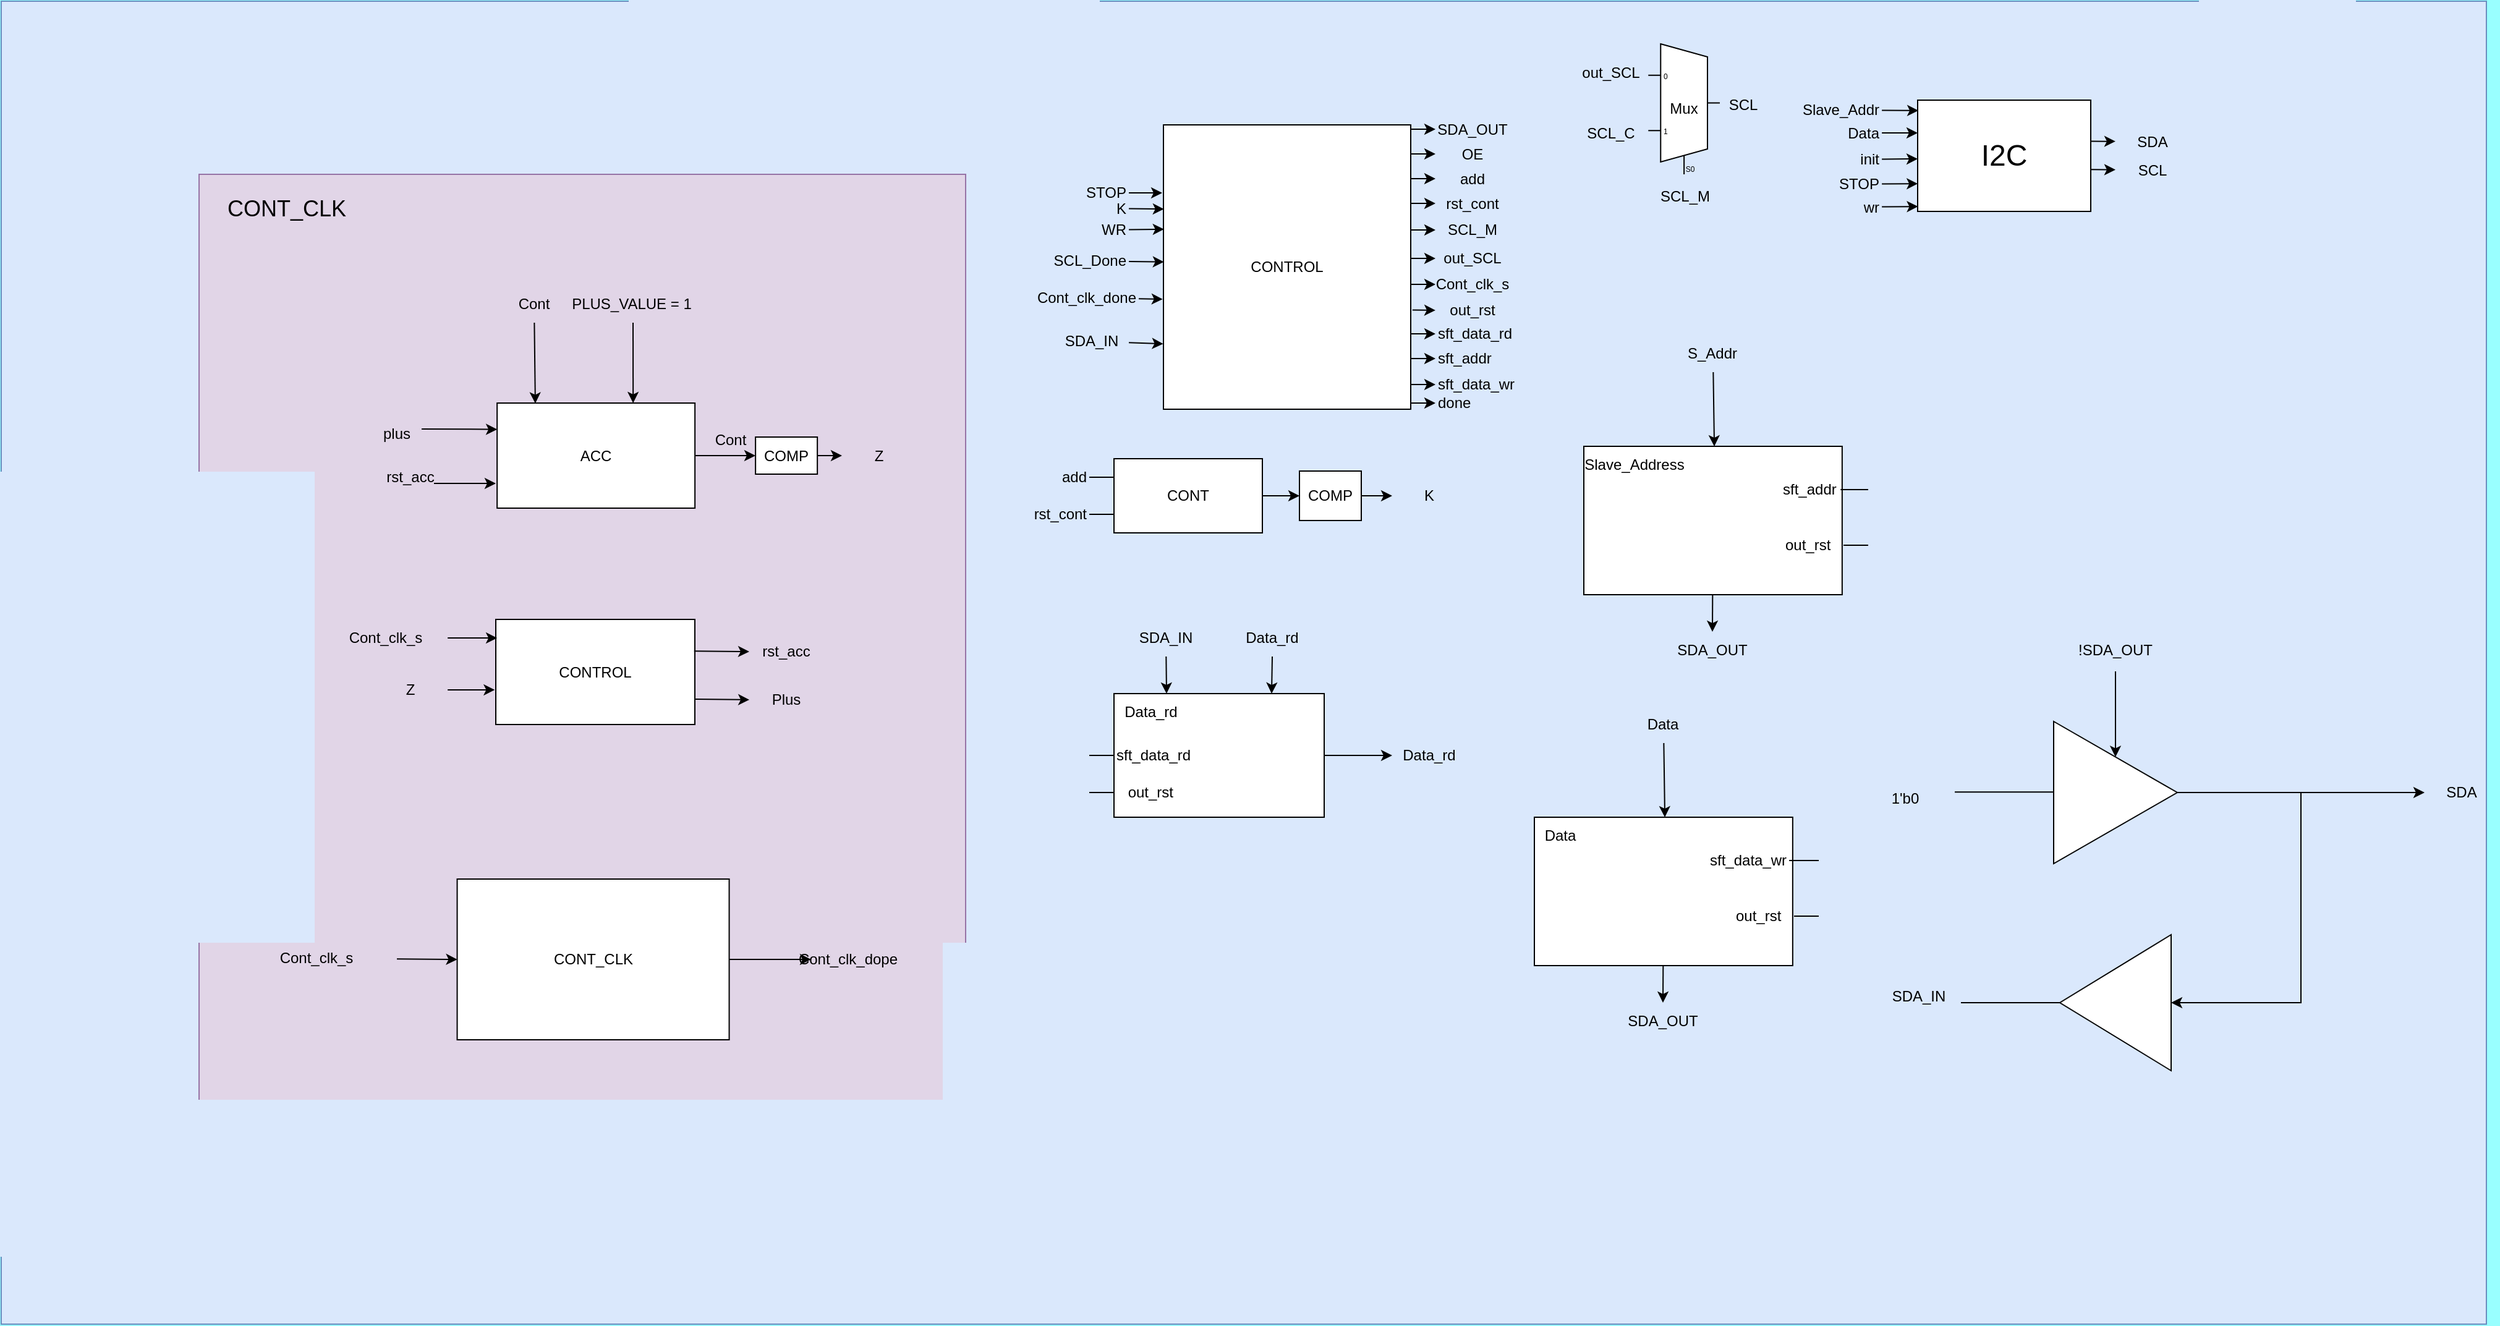
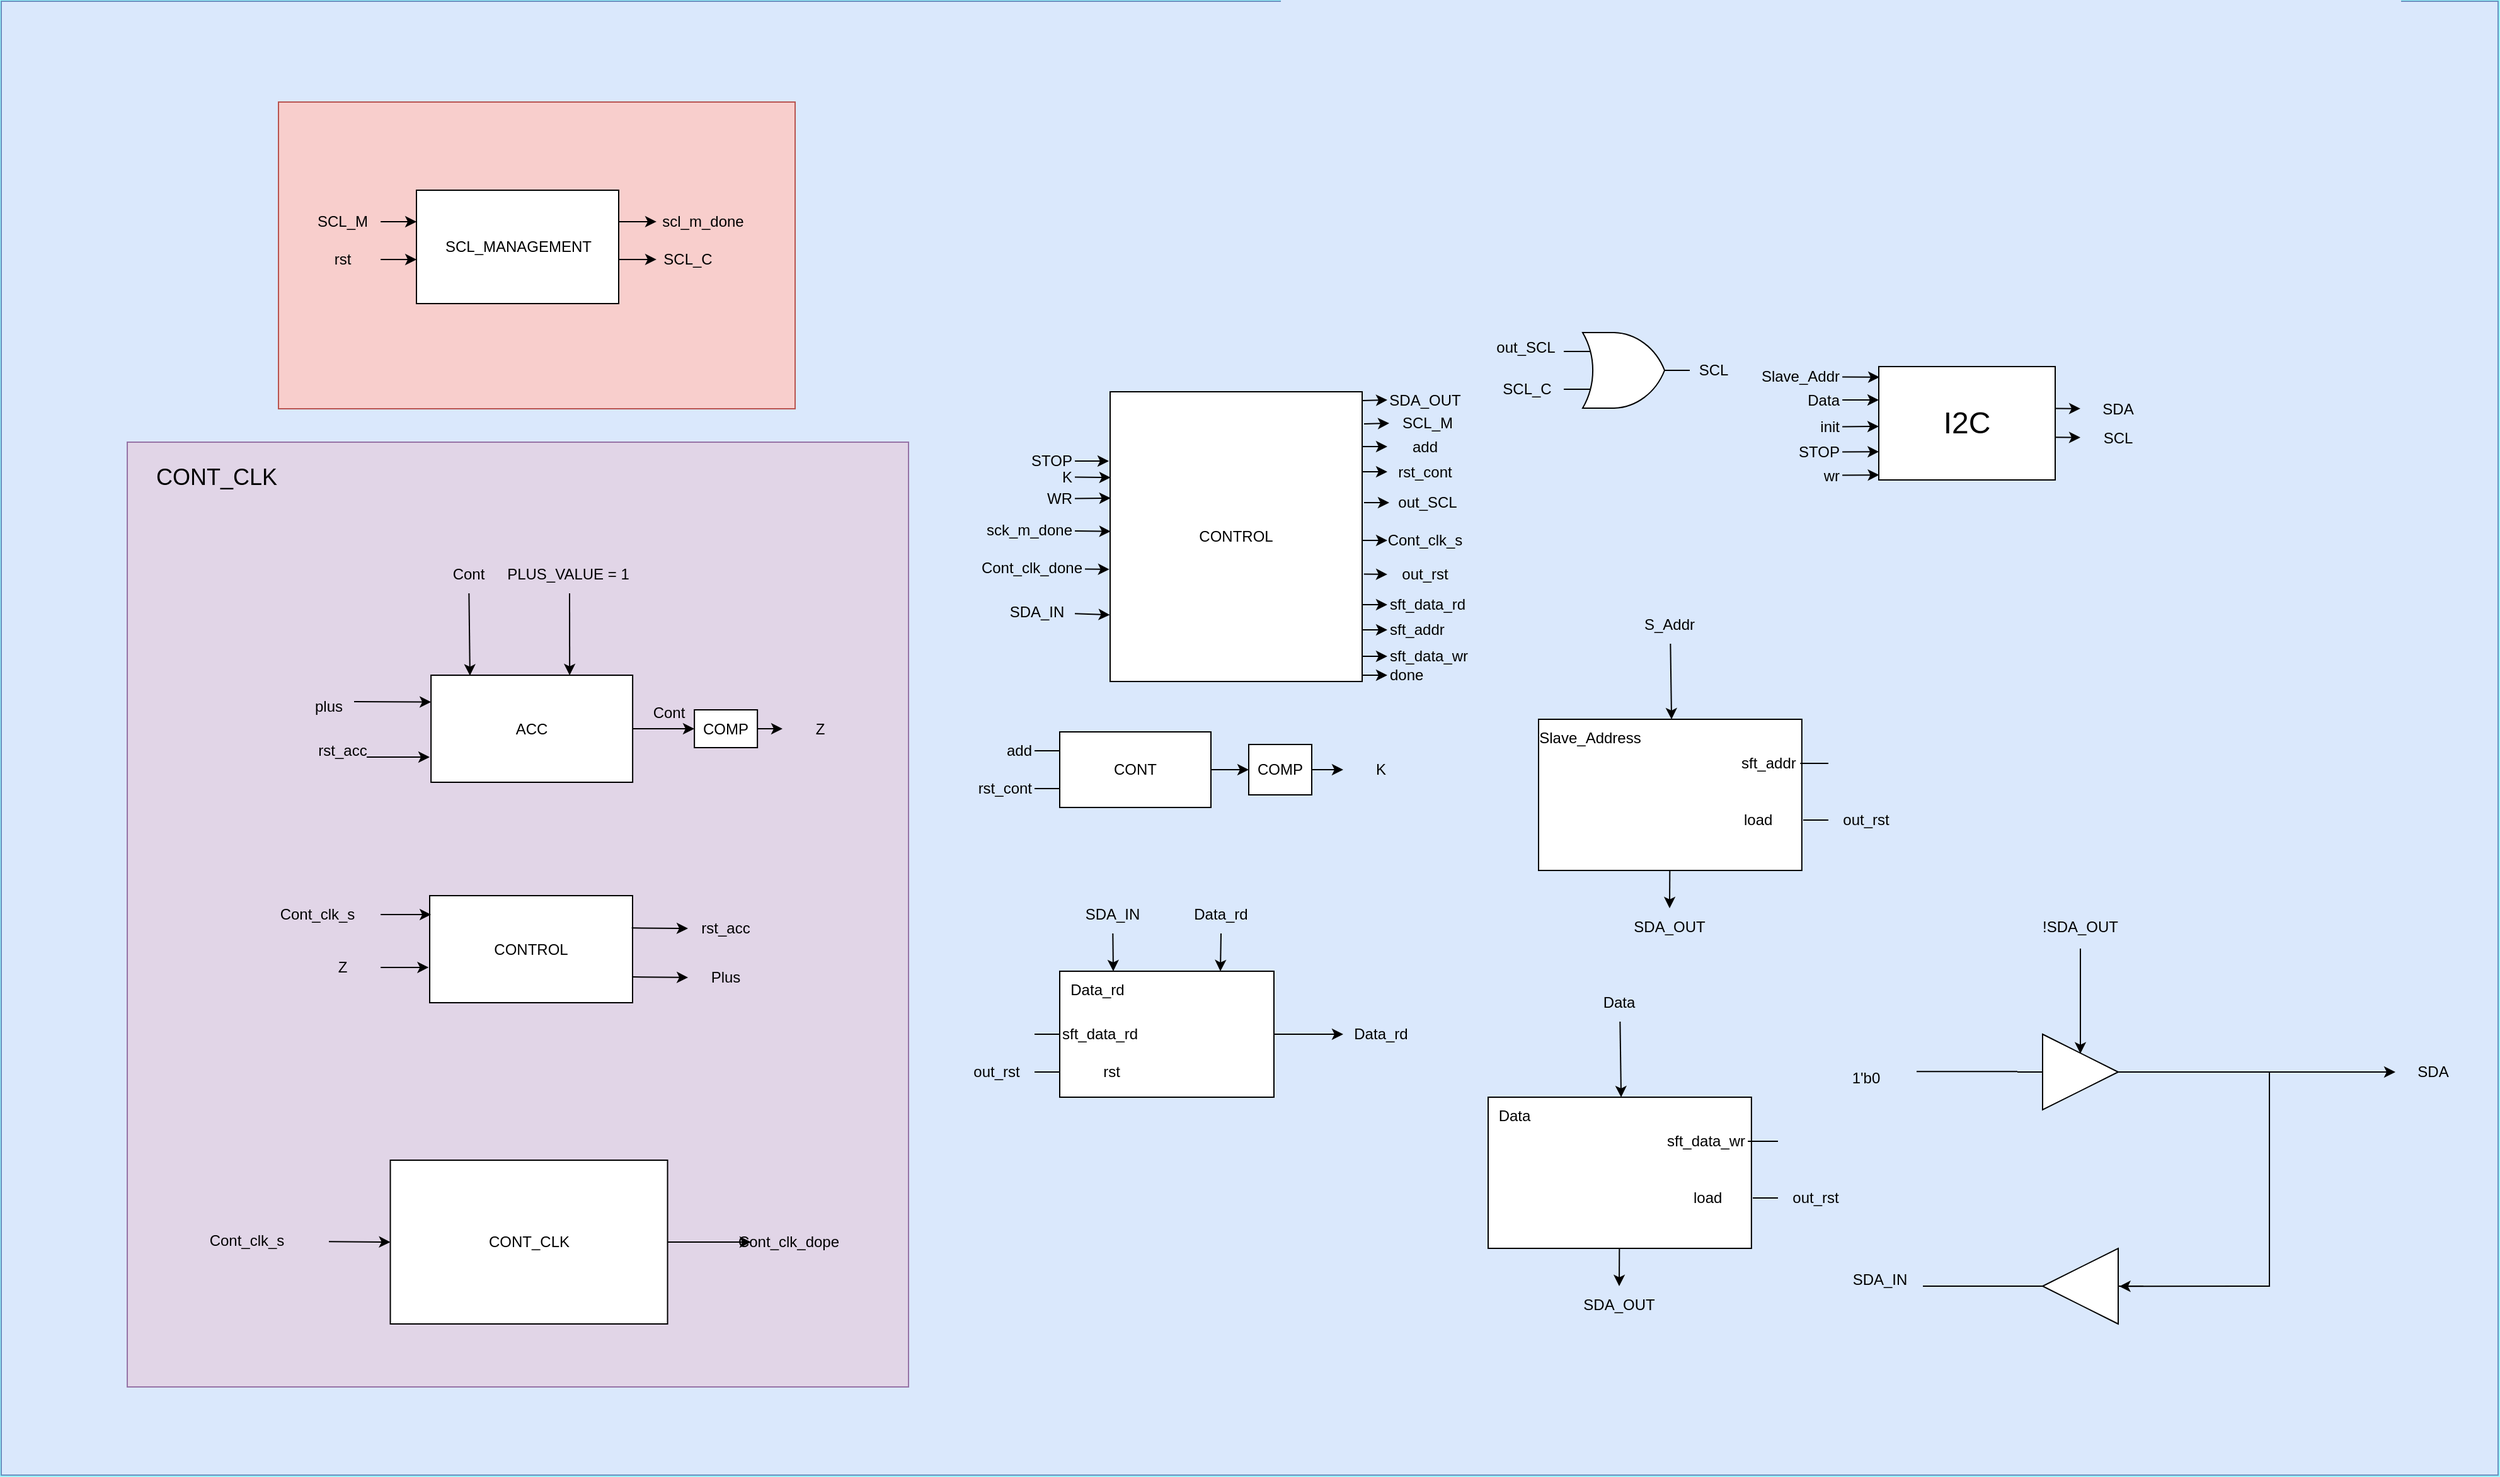
<mxfile host="65bd71144e">
    <diagram id="IekV_G0lH074Jqk0a01l" name="Page-1">
-         <mxGraphModel dx="1072" dy="1659" grid="1" gridSize="10" guides="1" tooltips="1" connect="1" arrows="1" fold="1" page="1" pageScale="1" pageWidth="850" pageHeight="1100" background="#99FFFF" math="0" shadow="0">
+         <mxGraphModel dx="368" dy="1366" grid="1" gridSize="10" guides="1" tooltips="1" connect="1" arrows="1" fold="1" page="1" pageScale="1" pageWidth="850" pageHeight="1100" background="#99FFFF" math="0" shadow="0">
            <root>
                <mxCell id="0"/>
                <mxCell id="1" parent="0"/>
                <mxCell id="121" value="" style="rounded=0;whiteSpace=wrap;html=1;fillColor=#dae8fc;strokeColor=#6c8ebf;" parent="1" vertex="1">
-                     <mxGeometry x="230" y="-850" width="2010" height="1070" as="geometry"/>
+                     <mxGeometry x="290" y="-1060" width="1981.5" height="1170" as="geometry"/>
                </mxCell>
                <mxCell id="58" value="" style="rounded=0;whiteSpace=wrap;html=1;fillColor=#e1d5e7;strokeColor=#9673a6;" parent="1" vertex="1">
                    <mxGeometry x="390" y="-710" width="620" height="750" as="geometry"/>
                </mxCell>
                <mxCell id="2" value="CONTROL" style="rounded=0;whiteSpace=wrap;html=1;" parent="1" vertex="1">
                    <mxGeometry x="1170" y="-750" width="200" height="230" as="geometry"/>
                </mxCell>
                <mxCell id="3" value="out_SCL" style="text;html=1;align=center;verticalAlign=middle;whiteSpace=wrap;rounded=0;" parent="1" vertex="1">
-                     <mxGeometry x="1390" y="-657" width="60" height="30" as="geometry"/>
+                     <mxGeometry x="1391.5" y="-677" width="60" height="30" as="geometry"/>
                </mxCell>
                <mxCell id="4" value="rst_cont" style="text;html=1;align=center;verticalAlign=middle;whiteSpace=wrap;rounded=0;" parent="1" vertex="1">
                    <mxGeometry x="1390" y="-701.5" width="60" height="30" as="geometry"/>
                </mxCell>
                <mxCell id="10" value="" style="edgeStyle=none;html=1;" parent="1" source="8" target="9" edge="1">
                    <mxGeometry relative="1" as="geometry"/>
                </mxCell>
                <mxCell id="8" value="CONT" style="rounded=0;whiteSpace=wrap;html=1;" parent="1" vertex="1">
                    <mxGeometry x="1130" y="-480" width="120" height="60" as="geometry"/>
                </mxCell>
                <mxCell id="12" style="edgeStyle=none;html=1;entryX=0;entryY=0.5;entryDx=0;entryDy=0;" parent="1" source="9" target="11" edge="1">
                    <mxGeometry relative="1" as="geometry"/>
                </mxCell>
                <mxCell id="9" value="COMP" style="whiteSpace=wrap;html=1;rounded=0;" parent="1" vertex="1">
                    <mxGeometry x="1280" y="-470" width="50" height="40" as="geometry"/>
                </mxCell>
                <mxCell id="11" value="K" style="text;html=1;align=center;verticalAlign=middle;whiteSpace=wrap;rounded=0;" parent="1" vertex="1">
                    <mxGeometry x="1355" y="-465" width="60" height="30" as="geometry"/>
                </mxCell>
                <mxCell id="14" style="edgeStyle=none;html=1;entryX=0.002;entryY=0.296;entryDx=0;entryDy=0;entryPerimeter=0;" parent="1" source="13" target="2" edge="1">
                    <mxGeometry relative="1" as="geometry"/>
                </mxCell>
                <mxCell id="13" value="K" style="text;html=1;align=right;verticalAlign=middle;whiteSpace=wrap;rounded=0;" parent="1" vertex="1">
                    <mxGeometry x="1082" y="-697.5" width="60" height="30" as="geometry"/>
                </mxCell>
                <mxCell id="15" value="WR" style="text;html=1;align=right;verticalAlign=middle;whiteSpace=wrap;rounded=0;" parent="1" vertex="1">
                    <mxGeometry x="1082" y="-680" width="60" height="30" as="geometry"/>
                </mxCell>
                <mxCell id="23" style="edgeStyle=none;html=1;entryX=0;entryY=0.5;entryDx=0;entryDy=0;" parent="1" source="16" target="22" edge="1">
                    <mxGeometry relative="1" as="geometry"/>
                </mxCell>
                <mxCell id="16" value="" style="rounded=0;whiteSpace=wrap;html=1;" parent="1" vertex="1">
                    <mxGeometry x="1130" y="-290" width="170" height="100" as="geometry"/>
                </mxCell>
                <mxCell id="17" value="Data_rd" style="text;html=1;align=center;verticalAlign=middle;whiteSpace=wrap;rounded=0;" parent="1" vertex="1">
                    <mxGeometry x="1130" y="-290" width="60" height="30" as="geometry"/>
                </mxCell>
                <mxCell id="20" style="edgeStyle=none;html=1;entryX=0.25;entryY=0;entryDx=0;entryDy=0;" parent="1" source="18" target="16" edge="1">
                    <mxGeometry relative="1" as="geometry"/>
                </mxCell>
                <mxCell id="18" value="SDA_IN" style="text;html=1;align=center;verticalAlign=middle;whiteSpace=wrap;rounded=0;" parent="1" vertex="1">
                    <mxGeometry x="1142" y="-350" width="60" height="30" as="geometry"/>
                </mxCell>
                <mxCell id="22" value="Data_rd" style="text;html=1;align=center;verticalAlign=middle;whiteSpace=wrap;rounded=0;" parent="1" vertex="1">
                    <mxGeometry x="1355" y="-255" width="60" height="30" as="geometry"/>
                </mxCell>
                <mxCell id="25" value="sft_data_rd" style="text;html=1;align=left;verticalAlign=middle;whiteSpace=wrap;rounded=0;" parent="1" vertex="1">
                    <mxGeometry x="1130" y="-255" width="60" height="30" as="geometry"/>
                </mxCell>
-                 <mxCell id="26" value="out_rst" style="text;html=1;align=right;verticalAlign=middle;whiteSpace=wrap;rounded=0;" parent="1" vertex="1">
+                 <mxCell id="26" value="rst" style="text;html=1;align=right;verticalAlign=middle;whiteSpace=wrap;rounded=0;" parent="1" vertex="1">
                    <mxGeometry x="1120" y="-225" width="60" height="30" as="geometry"/>
                </mxCell>
                <mxCell id="27" value="" style="endArrow=none;html=1;" parent="1" edge="1">
                    <mxGeometry width="50" height="50" relative="1" as="geometry">
                        <mxPoint x="1110" y="-240" as="sourcePoint"/>
                        <mxPoint x="1130" y="-240" as="targetPoint"/>
                    </mxGeometry>
                </mxCell>
                <mxCell id="28" value="" style="endArrow=none;html=1;" parent="1" edge="1">
                    <mxGeometry width="50" height="50" relative="1" as="geometry">
                        <mxPoint x="1110" y="-210" as="sourcePoint"/>
                        <mxPoint x="1130" y="-210" as="targetPoint"/>
                    </mxGeometry>
                </mxCell>
                <mxCell id="31" value="" style="endArrow=classic;html=1;entryX=0;entryY=0.5;entryDx=0;entryDy=0;" parent="1" target="4" edge="1">
                    <mxGeometry width="50" height="50" relative="1" as="geometry">
                        <mxPoint x="1370" y="-686.5" as="sourcePoint"/>
                        <mxPoint x="1420" y="-736.5" as="targetPoint"/>
                    </mxGeometry>
                </mxCell>
                <mxCell id="32" value="" style="endArrow=classic;html=1;entryX=0;entryY=0.5;entryDx=0;entryDy=0;" parent="1" target="3" edge="1">
                    <mxGeometry width="50" height="50" relative="1" as="geometry">
-                         <mxPoint x="1370" y="-642" as="sourcePoint"/>
-                         <mxPoint x="1420" y="-692" as="targetPoint"/>
+                         <mxPoint x="1371.5" y="-662" as="sourcePoint"/>
+                         <mxPoint x="1421.5" y="-712" as="targetPoint"/>
                    </mxGeometry>
                </mxCell>
                <mxCell id="33" style="edgeStyle=none;html=1;" parent="1" source="34" edge="1">
                    <mxGeometry relative="1" as="geometry">
                        <mxPoint x="840" y="-482.5" as="targetPoint"/>
                    </mxGeometry>
                </mxCell>
                <mxCell id="34" value="ACC" style="rounded=0;whiteSpace=wrap;html=1;" parent="1" vertex="1">
                    <mxGeometry x="631.0700000000002" y="-525" width="160" height="85" as="geometry"/>
                </mxCell>
                <mxCell id="35" value="" style="endArrow=classic;html=1;entryX=0;entryY=0.25;entryDx=0;entryDy=0;" parent="1" target="34" edge="1">
                    <mxGeometry width="50" height="50" relative="1" as="geometry">
                        <mxPoint x="570" y="-504" as="sourcePoint"/>
                        <mxPoint x="600" y="-520" as="targetPoint"/>
                    </mxGeometry>
                </mxCell>
                <mxCell id="36" value="plus" style="text;html=1;align=center;verticalAlign=middle;whiteSpace=wrap;rounded=0;" parent="1" vertex="1">
                    <mxGeometry x="520" y="-515" width="60" height="30" as="geometry"/>
                </mxCell>
                <mxCell id="37" value="" style="endArrow=classic;html=1;" parent="1" edge="1">
                    <mxGeometry width="50" height="50" relative="1" as="geometry">
                        <mxPoint x="580" y="-460" as="sourcePoint"/>
                        <mxPoint x="630" y="-460" as="targetPoint"/>
                    </mxGeometry>
                </mxCell>
                <mxCell id="38" value="rst_acc" style="text;html=1;align=center;verticalAlign=middle;whiteSpace=wrap;rounded=0;" parent="1" vertex="1">
                    <mxGeometry x="531.0699999999997" y="-480" width="60" height="30" as="geometry"/>
                </mxCell>
                <mxCell id="41" value="" style="endArrow=classic;html=1;entryX=0.75;entryY=0;entryDx=0;entryDy=0;" parent="1" edge="1">
                    <mxGeometry width="50" height="50" relative="1" as="geometry">
                        <mxPoint x="741" y="-590" as="sourcePoint"/>
                        <mxPoint x="741.0700000000002" y="-525" as="targetPoint"/>
                    </mxGeometry>
                </mxCell>
                <mxCell id="43" value="CONTROL" style="rounded=0;whiteSpace=wrap;html=1;" parent="1" vertex="1">
                    <mxGeometry x="630" y="-350" width="161" height="85" as="geometry"/>
                </mxCell>
                <mxCell id="44" style="edgeStyle=none;html=1;entryX=0;entryY=0.5;entryDx=0;entryDy=0;" parent="1" source="45" edge="1">
                    <mxGeometry relative="1" as="geometry">
                        <mxPoint x="631.0700000000002" y="-335" as="targetPoint"/>
                    </mxGeometry>
                </mxCell>
                <mxCell id="45" value="Cont_clk_s" style="text;html=1;align=center;verticalAlign=middle;whiteSpace=wrap;rounded=0;" parent="1" vertex="1">
                    <mxGeometry x="491.0699999999997" y="-350" width="100" height="30" as="geometry"/>
                </mxCell>
                <mxCell id="46" value="Plus" style="text;html=1;align=center;verticalAlign=middle;whiteSpace=wrap;rounded=0;" parent="1" vertex="1">
                    <mxGeometry x="835.0700000000002" y="-300" width="60" height="30" as="geometry"/>
                </mxCell>
                <mxCell id="47" value="" style="endArrow=classic;html=1;exitX=1;exitY=0.5;exitDx=0;exitDy=0;entryX=0;entryY=0.5;entryDx=0;entryDy=0;" parent="1" target="46" edge="1">
                    <mxGeometry width="50" height="50" relative="1" as="geometry">
                        <mxPoint x="791.0700000000002" y="-285.5" as="sourcePoint"/>
                        <mxPoint x="850.0700000000002" y="-338" as="targetPoint"/>
                    </mxGeometry>
                </mxCell>
                <mxCell id="50" value="PLUS_VALUE = 1" style="text;html=1;align=center;verticalAlign=middle;whiteSpace=wrap;rounded=0;" parent="1" vertex="1">
                    <mxGeometry x="680" y="-620" width="120" height="30" as="geometry"/>
                </mxCell>
                <mxCell id="51" style="edgeStyle=none;html=1;" parent="1" source="52" target="55" edge="1">
                    <mxGeometry relative="1" as="geometry"/>
                </mxCell>
                <mxCell id="52" value="CONT_CLK" style="rounded=0;whiteSpace=wrap;html=1;" parent="1" vertex="1">
                    <mxGeometry x="598.77" y="-140" width="220" height="130" as="geometry"/>
                </mxCell>
                <mxCell id="53" style="edgeStyle=none;html=1;entryX=0;entryY=0.5;entryDx=0;entryDy=0;" parent="1" source="54" target="52" edge="1">
                    <mxGeometry relative="1" as="geometry"/>
                </mxCell>
                <mxCell id="54" value="Cont_clk_s" style="text;html=1;align=center;verticalAlign=middle;whiteSpace=wrap;rounded=0;" parent="1" vertex="1">
                    <mxGeometry x="420" y="-90.97000000000003" width="130" height="30" as="geometry"/>
                </mxCell>
                <mxCell id="55" value="Cont_clk_dope" style="text;html=1;align=center;verticalAlign=middle;whiteSpace=wrap;rounded=0;" parent="1" vertex="1">
                    <mxGeometry x="885" y="-90" width="60" height="30" as="geometry"/>
                </mxCell>
                <mxCell id="56" value="rst_acc" style="text;html=1;align=center;verticalAlign=middle;whiteSpace=wrap;rounded=0;" parent="1" vertex="1">
                    <mxGeometry x="835" y="-339" width="60" height="30" as="geometry"/>
                </mxCell>
                <mxCell id="57" value="" style="endArrow=classic;html=1;entryX=0;entryY=0.5;entryDx=0;entryDy=0;exitX=0.996;exitY=0.302;exitDx=0;exitDy=0;exitPerimeter=0;" parent="1" source="43" target="56" edge="1">
                    <mxGeometry width="50" height="50" relative="1" as="geometry">
                        <mxPoint x="790" y="-320" as="sourcePoint"/>
                        <mxPoint x="840" y="-370" as="targetPoint"/>
                    </mxGeometry>
                </mxCell>
                <mxCell id="62" style="edgeStyle=none;html=1;entryX=0;entryY=0.5;entryDx=0;entryDy=0;" parent="1" source="59" target="60" edge="1">
                    <mxGeometry relative="1" as="geometry"/>
                </mxCell>
                <mxCell id="59" value="COMP" style="rounded=0;whiteSpace=wrap;html=1;" parent="1" vertex="1">
                    <mxGeometry x="840.07" y="-497.5" width="50" height="30" as="geometry"/>
                </mxCell>
                <mxCell id="60" value="Z" style="text;html=1;align=center;verticalAlign=middle;whiteSpace=wrap;rounded=0;" parent="1" vertex="1">
                    <mxGeometry x="910" y="-497.5" width="60" height="30" as="geometry"/>
                </mxCell>
                <mxCell id="63" value="Z" style="text;html=1;align=center;verticalAlign=middle;whiteSpace=wrap;rounded=0;" parent="1" vertex="1">
                    <mxGeometry x="531.07" y="-308" width="60" height="30" as="geometry"/>
                </mxCell>
                <mxCell id="64" style="edgeStyle=none;html=1;entryX=-0.005;entryY=0.67;entryDx=0;entryDy=0;exitX=1;exitY=0.5;exitDx=0;exitDy=0;entryPerimeter=0;" parent="1" source="63" target="43" edge="1">
                    <mxGeometry relative="1" as="geometry">
                        <mxPoint x="641.0700000000002" y="-325" as="targetPoint"/>
                        <mxPoint x="601" y="-325" as="sourcePoint"/>
                    </mxGeometry>
                </mxCell>
                <mxCell id="65" style="edgeStyle=none;html=1;entryX=0.002;entryY=0.367;entryDx=0;entryDy=0;entryPerimeter=0;" parent="1" source="15" target="2" edge="1">
                    <mxGeometry relative="1" as="geometry"/>
                </mxCell>
                <mxCell id="66" value="Cont_clk_done" style="text;html=1;align=right;verticalAlign=middle;whiteSpace=wrap;rounded=0;" parent="1" vertex="1">
-                     <mxGeometry x="1090" y="-625" width="60" height="30" as="geometry"/>
+                     <mxGeometry x="1060" y="-625" width="90" height="30" as="geometry"/>
                </mxCell>
                <mxCell id="67" style="edgeStyle=none;html=1;entryX=-0.003;entryY=0.613;entryDx=0;entryDy=0;entryPerimeter=0;" parent="1" source="66" target="2" edge="1">
                    <mxGeometry relative="1" as="geometry">
                        <mxPoint x="1170.4" y="-568.72" as="targetPoint"/>
                    </mxGeometry>
                </mxCell>
                <mxCell id="79" style="edgeStyle=none;html=1;entryX=0.5;entryY=0;entryDx=0;entryDy=0;" parent="1" source="68" target="74" edge="1">
                    <mxGeometry relative="1" as="geometry"/>
                </mxCell>
                <mxCell id="68" value="" style="rounded=0;whiteSpace=wrap;html=1;" parent="1" vertex="1">
                    <mxGeometry x="1510" y="-490" width="208.93" height="120" as="geometry"/>
                </mxCell>
                <mxCell id="69" value="Slave_Address" style="text;html=1;align=center;verticalAlign=middle;whiteSpace=wrap;rounded=0;" parent="1" vertex="1">
                    <mxGeometry x="1521.07" y="-490" width="60" height="30" as="geometry"/>
                </mxCell>
                <mxCell id="71" style="edgeStyle=none;html=1;entryX=1;entryY=0;entryDx=0;entryDy=0;" parent="1" source="70" edge="1">
                    <mxGeometry relative="1" as="geometry">
                        <mxPoint x="1615.53" y="-490" as="targetPoint"/>
                    </mxGeometry>
                </mxCell>
                <mxCell id="70" value="S_Addr" style="text;html=1;align=center;verticalAlign=middle;whiteSpace=wrap;rounded=0;" parent="1" vertex="1">
                    <mxGeometry x="1584.46" y="-580" width="60" height="30" as="geometry"/>
                </mxCell>
                <mxCell id="74" value="SDA_OUT" style="text;html=1;align=center;verticalAlign=middle;whiteSpace=wrap;rounded=0;" parent="1" vertex="1">
                    <mxGeometry x="1584" y="-340" width="60" height="30" as="geometry"/>
                </mxCell>
                <mxCell id="75" value="sft_addr" style="text;html=1;align=left;verticalAlign=middle;whiteSpace=wrap;rounded=0;" parent="1" vertex="1">
                    <mxGeometry x="1668.77" y="-470" width="60" height="30" as="geometry"/>
                </mxCell>
-                 <mxCell id="76" value="out_rst" style="text;html=1;align=left;verticalAlign=middle;whiteSpace=wrap;rounded=0;" parent="1" vertex="1">
+                 <mxCell id="76" value="load" style="text;html=1;align=left;verticalAlign=middle;whiteSpace=wrap;rounded=0;" parent="1" vertex="1">
                    <mxGeometry x="1671.0700000000002" y="-425" width="60" height="30" as="geometry"/>
                </mxCell>
                <mxCell id="77" value="" style="endArrow=none;html=1;exitX=0.815;exitY=0.5;exitDx=0;exitDy=0;exitPerimeter=0;" parent="1" source="75" edge="1">
                    <mxGeometry width="50" height="50" relative="1" as="geometry">
                        <mxPoint x="1720" y="-450" as="sourcePoint"/>
                        <mxPoint x="1740" y="-455" as="targetPoint"/>
                    </mxGeometry>
                </mxCell>
                <mxCell id="78" value="" style="endArrow=none;html=1;" parent="1" edge="1">
                    <mxGeometry width="50" height="50" relative="1" as="geometry">
                        <mxPoint x="1720" y="-410" as="sourcePoint"/>
                        <mxPoint x="1740" y="-410" as="targetPoint"/>
                    </mxGeometry>
                </mxCell>
-                 <mxCell id="80" value="SCL_Done" style="text;html=1;align=right;verticalAlign=middle;whiteSpace=wrap;rounded=0;" parent="1" vertex="1">
-                     <mxGeometry x="1082" y="-655" width="60" height="30" as="geometry"/>
+                 <mxCell id="80" value="sck_m_done" style="text;html=1;align=right;verticalAlign=middle;whiteSpace=wrap;rounded=0;" parent="1" vertex="1">
+                     <mxGeometry x="1060" y="-655" width="82" height="30" as="geometry"/>
                </mxCell>
                <mxCell id="81" style="edgeStyle=none;html=1;entryX=0.002;entryY=0.482;entryDx=0;entryDy=0;align=right;entryPerimeter=0;" parent="1" source="80" target="2" edge="1">
                    <mxGeometry relative="1" as="geometry"/>
                </mxCell>
                <mxCell id="82" value="out_rst" style="text;html=1;align=center;verticalAlign=middle;whiteSpace=wrap;rounded=0;" parent="1" vertex="1">
-                     <mxGeometry x="1390" y="-615" width="60" height="30" as="geometry"/>
+                     <mxGeometry x="1390" y="-620" width="60" height="30" as="geometry"/>
                </mxCell>
                <mxCell id="83" value="" style="endArrow=classic;html=1;entryX=0;entryY=0.5;entryDx=0;entryDy=0;exitX=1.007;exitY=0.579;exitDx=0;exitDy=0;exitPerimeter=0;" parent="1" target="82" edge="1">
                    <mxGeometry width="50" height="50" relative="1" as="geometry">
-                         <mxPoint x="1371.4" y="-600.3100000000002" as="sourcePoint"/>
-                         <mxPoint x="1420" y="-624" as="targetPoint"/>
+                         <mxPoint x="1371.4" y="-605.3100000000002" as="sourcePoint"/>
+                         <mxPoint x="1420" y="-629" as="targetPoint"/>
                    </mxGeometry>
                </mxCell>
                <mxCell id="84" value="sft_data_rd" style="text;html=1;align=left;verticalAlign=middle;whiteSpace=wrap;rounded=0;" parent="1" vertex="1">
                    <mxGeometry x="1390" y="-596" width="60" height="30" as="geometry"/>
                </mxCell>
                <mxCell id="85" value="" style="endArrow=classic;html=1;entryX=0;entryY=0.5;entryDx=0;entryDy=0;" parent="1" target="84" edge="1">
                    <mxGeometry width="50" height="50" relative="1" as="geometry">
                        <mxPoint x="1370" y="-581" as="sourcePoint"/>
                        <mxPoint x="1420" y="-631" as="targetPoint"/>
                    </mxGeometry>
                </mxCell>
                <mxCell id="87" value="sft_addr" style="text;html=1;align=left;verticalAlign=middle;whiteSpace=wrap;rounded=0;" parent="1" vertex="1">
                    <mxGeometry x="1390" y="-576" width="60" height="30" as="geometry"/>
                </mxCell>
                <mxCell id="88" value="" style="endArrow=classic;html=1;entryX=0;entryY=0.5;entryDx=0;entryDy=0;" parent="1" target="87" edge="1">
                    <mxGeometry width="50" height="50" relative="1" as="geometry">
                        <mxPoint x="1370" y="-561" as="sourcePoint"/>
                        <mxPoint x="1420" y="-611" as="targetPoint"/>
                    </mxGeometry>
                </mxCell>
                <mxCell id="89" value="" style="endArrow=classic;html=1;entryX=0;entryY=0.5;entryDx=0;entryDy=0;exitX=1.002;exitY=0.095;exitDx=0;exitDy=0;exitPerimeter=0;" parent="1" target="90" edge="1">
                    <mxGeometry width="50" height="50" relative="1" as="geometry">
                        <mxPoint x="1370.3999999999999" y="-706.45" as="sourcePoint"/>
                        <mxPoint x="1390" y="-684.5" as="targetPoint"/>
                    </mxGeometry>
                </mxCell>
                <mxCell id="90" value="add" style="text;html=1;align=center;verticalAlign=middle;whiteSpace=wrap;rounded=0;" parent="1" vertex="1">
                    <mxGeometry x="1390" y="-721.5" width="60" height="30" as="geometry"/>
                </mxCell>
                <mxCell id="91" value="STOP" style="text;html=1;align=right;verticalAlign=middle;whiteSpace=wrap;rounded=0;" parent="1" vertex="1">
                    <mxGeometry x="1082" y="-710" width="60" height="30" as="geometry"/>
                </mxCell>
                <mxCell id="92" style="edgeStyle=none;html=1;" parent="1" source="91" edge="1">
                    <mxGeometry relative="1" as="geometry">
                        <mxPoint x="1169" y="-695" as="targetPoint"/>
                    </mxGeometry>
                </mxCell>
                <mxCell id="93" style="edgeStyle=none;html=1;entryX=0.5;entryY=0;entryDx=0;entryDy=0;" parent="1" source="94" target="98" edge="1">
                    <mxGeometry relative="1" as="geometry"/>
                </mxCell>
                <mxCell id="94" value="" style="rounded=0;whiteSpace=wrap;html=1;" parent="1" vertex="1">
                    <mxGeometry x="1470" y="-190" width="208.93" height="120" as="geometry"/>
                </mxCell>
                <mxCell id="95" value="Data" style="text;html=1;align=center;verticalAlign=middle;whiteSpace=wrap;rounded=0;" parent="1" vertex="1">
                    <mxGeometry x="1461.07" y="-190" width="60" height="30" as="geometry"/>
                </mxCell>
                <mxCell id="96" style="edgeStyle=none;html=1;entryX=1;entryY=0;entryDx=0;entryDy=0;" parent="1" source="97" edge="1">
                    <mxGeometry relative="1" as="geometry">
                        <mxPoint x="1575.53" y="-190" as="targetPoint"/>
                    </mxGeometry>
                </mxCell>
                <mxCell id="97" value="Data" style="text;html=1;align=center;verticalAlign=middle;whiteSpace=wrap;rounded=0;" parent="1" vertex="1">
                    <mxGeometry x="1544.46" y="-280" width="60" height="30" as="geometry"/>
                </mxCell>
                <mxCell id="98" value="SDA_OUT" style="text;html=1;align=center;verticalAlign=middle;whiteSpace=wrap;rounded=0;" parent="1" vertex="1">
                    <mxGeometry x="1544" y="-40" width="60" height="30" as="geometry"/>
                </mxCell>
                <mxCell id="99" value="sft_data_wr" style="text;html=1;align=left;verticalAlign=middle;whiteSpace=wrap;rounded=0;" parent="1" vertex="1">
                    <mxGeometry x="1610" y="-170" width="81.07" height="30" as="geometry"/>
                </mxCell>
-                 <mxCell id="100" value="out_rst" style="text;html=1;align=left;verticalAlign=middle;whiteSpace=wrap;rounded=0;" parent="1" vertex="1">
+                 <mxCell id="100" value="load" style="text;html=1;align=left;verticalAlign=middle;whiteSpace=wrap;rounded=0;" parent="1" vertex="1">
                    <mxGeometry x="1631.0700000000002" y="-125" width="60" height="30" as="geometry"/>
                </mxCell>
                <mxCell id="101" value="" style="endArrow=none;html=1;exitX=0.815;exitY=0.5;exitDx=0;exitDy=0;exitPerimeter=0;" parent="1" source="99" edge="1">
                    <mxGeometry width="50" height="50" relative="1" as="geometry">
                        <mxPoint x="1680" y="-150" as="sourcePoint"/>
                        <mxPoint x="1700" y="-155" as="targetPoint"/>
                    </mxGeometry>
                </mxCell>
                <mxCell id="102" value="" style="endArrow=none;html=1;" parent="1" edge="1">
                    <mxGeometry width="50" height="50" relative="1" as="geometry">
                        <mxPoint x="1680" y="-110" as="sourcePoint"/>
                        <mxPoint x="1700" y="-110" as="targetPoint"/>
                    </mxGeometry>
                </mxCell>
                <mxCell id="105" value="sft_data_wr" style="text;html=1;align=left;verticalAlign=middle;whiteSpace=wrap;rounded=0;" parent="1" vertex="1">
                    <mxGeometry x="1390" y="-555" width="60" height="30" as="geometry"/>
                </mxCell>
                <mxCell id="106" value="" style="endArrow=classic;html=1;entryX=0;entryY=0.5;entryDx=0;entryDy=0;" parent="1" target="105" edge="1">
                    <mxGeometry width="50" height="50" relative="1" as="geometry">
                        <mxPoint x="1370" y="-540" as="sourcePoint"/>
                        <mxPoint x="1420" y="-590" as="targetPoint"/>
                    </mxGeometry>
                </mxCell>
                <mxCell id="116" value="Data_rd" style="text;html=1;align=center;verticalAlign=middle;whiteSpace=wrap;rounded=0;" parent="1" vertex="1">
                    <mxGeometry x="1228" y="-350" width="60" height="30" as="geometry"/>
                </mxCell>
                <mxCell id="117" value="" style="endArrow=classic;html=1;exitX=0.5;exitY=1;exitDx=0;exitDy=0;entryX=0.75;entryY=0;entryDx=0;entryDy=0;" parent="1" source="116" target="16" edge="1">
                    <mxGeometry width="50" height="50" relative="1" as="geometry">
                        <mxPoint x="1330" y="-300" as="sourcePoint"/>
                        <mxPoint x="1380" y="-350" as="targetPoint"/>
                    </mxGeometry>
                </mxCell>
                <mxCell id="119" style="edgeStyle=none;html=1;entryX=0.193;entryY=0.003;entryDx=0;entryDy=0;entryPerimeter=0;" parent="1" source="118" target="34" edge="1">
                    <mxGeometry relative="1" as="geometry"/>
                </mxCell>
                <mxCell id="118" value="Cont" style="text;html=1;align=center;verticalAlign=middle;whiteSpace=wrap;rounded=0;" parent="1" vertex="1">
                    <mxGeometry x="631" y="-620" width="60" height="30" as="geometry"/>
                </mxCell>
                <mxCell id="120" value="Cont" style="text;html=1;align=center;verticalAlign=middle;whiteSpace=wrap;rounded=0;" parent="1" vertex="1">
                    <mxGeometry x="790" y="-510" width="60" height="30" as="geometry"/>
                </mxCell>
                <mxCell id="122" value="&lt;font style=&quot;font-size: 18px;&quot;&gt;CONT_CLK&lt;/font&gt;" style="text;html=1;align=center;verticalAlign=middle;whiteSpace=wrap;rounded=0;" parent="1" vertex="1">
                    <mxGeometry x="331.07" y="-710" width="260" height="55" as="geometry"/>
                </mxCell>
                <mxCell id="123" value="&lt;font style=&quot;font-size: 24px;&quot;&gt;I2C&lt;/font&gt;" style="rounded=0;whiteSpace=wrap;html=1;" parent="1" vertex="1">
                    <mxGeometry x="1780" y="-770" width="140" height="90" as="geometry"/>
                </mxCell>
                <mxCell id="124" value="Slave_Addr" style="text;html=1;align=right;verticalAlign=middle;whiteSpace=wrap;rounded=0;" parent="1" vertex="1">
                    <mxGeometry x="1691.07" y="-777" width="60" height="30" as="geometry"/>
                </mxCell>
                <mxCell id="125" style="edgeStyle=none;html=1;entryX=0.004;entryY=0.171;entryDx=0;entryDy=0;entryPerimeter=0;" parent="1" source="124" edge="1">
                    <mxGeometry relative="1" as="geometry">
                        <mxPoint x="1780.56" y="-761.61" as="targetPoint"/>
                    </mxGeometry>
                </mxCell>
                <mxCell id="127" style="edgeStyle=none;html=1;entryX=0;entryY=0.5;entryDx=0;entryDy=0;" parent="1" source="126" edge="1">
                    <mxGeometry relative="1" as="geometry">
                        <mxPoint x="1780" y="-743.5" as="targetPoint"/>
                    </mxGeometry>
                </mxCell>
                <mxCell id="126" value="Data" style="text;html=1;align=right;verticalAlign=middle;whiteSpace=wrap;rounded=0;" parent="1" vertex="1">
                    <mxGeometry x="1691.07" y="-758.5" width="60" height="30" as="geometry"/>
                </mxCell>
                <mxCell id="129" style="edgeStyle=none;html=1;entryX=0;entryY=0.75;entryDx=0;entryDy=0;" parent="1" source="128" edge="1">
                    <mxGeometry relative="1" as="geometry">
                        <mxPoint x="1780" y="-722.5000000000001" as="targetPoint"/>
                    </mxGeometry>
                </mxCell>
                <mxCell id="128" value="init" style="text;html=1;align=right;verticalAlign=middle;whiteSpace=wrap;rounded=0;" parent="1" vertex="1">
                    <mxGeometry x="1691.07" y="-737" width="60" height="30" as="geometry"/>
                </mxCell>
                <mxCell id="130" value="STOP" style="text;html=1;align=right;verticalAlign=middle;whiteSpace=wrap;rounded=0;" parent="1" vertex="1">
                    <mxGeometry x="1691.07" y="-717" width="60" height="30" as="geometry"/>
                </mxCell>
                <mxCell id="131" style="edgeStyle=none;html=1;entryX=0.001;entryY=0.829;entryDx=0;entryDy=0;entryPerimeter=0;" parent="1" source="130" edge="1">
                    <mxGeometry relative="1" as="geometry">
                        <mxPoint x="1780.1399999999999" y="-702.39" as="targetPoint"/>
                    </mxGeometry>
                </mxCell>
                <mxCell id="132" value="wr" style="text;html=1;align=right;verticalAlign=middle;whiteSpace=wrap;rounded=0;" parent="1" vertex="1">
                    <mxGeometry x="1691.07" y="-698.5" width="60" height="30" as="geometry"/>
                </mxCell>
                <mxCell id="133" style="edgeStyle=none;html=1;entryX=0.002;entryY=0.956;entryDx=0;entryDy=0;entryPerimeter=0;" parent="1" source="132" target="123" edge="1">
                    <mxGeometry relative="1" as="geometry"/>
                </mxCell>
                <mxCell id="134" value="SDA" style="text;html=1;align=center;verticalAlign=middle;whiteSpace=wrap;rounded=0;" parent="1" vertex="1">
                    <mxGeometry x="1940" y="-751.5" width="60" height="30" as="geometry"/>
                </mxCell>
                <mxCell id="135" value="SCL" style="text;html=1;align=center;verticalAlign=middle;whiteSpace=wrap;rounded=0;" parent="1" vertex="1">
                    <mxGeometry x="1940" y="-728.5" width="60" height="30" as="geometry"/>
                </mxCell>
                <mxCell id="136" style="edgeStyle=none;html=1;entryX=1;entryY=0.164;entryDx=0;entryDy=0;entryPerimeter=0;endArrow=none;endFill=0;startArrow=classic;startFill=1;" parent="1" source="134" edge="1">
                    <mxGeometry relative="1" as="geometry">
                        <mxPoint x="1920" y="-736.74" as="targetPoint"/>
                    </mxGeometry>
                </mxCell>
                <mxCell id="137" style="edgeStyle=none;html=1;entryX=1;entryY=0.418;entryDx=0;entryDy=0;entryPerimeter=0;startArrow=classic;startFill=1;endArrow=none;endFill=0;" parent="1" source="135" edge="1">
                    <mxGeometry relative="1" as="geometry">
                        <mxPoint x="1920" y="-713.88" as="targetPoint"/>
                    </mxGeometry>
                </mxCell>
-                 <mxCell id="138" value="" style="triangle;whiteSpace=wrap;html=1;" parent="1" vertex="1">
-                     <mxGeometry x="1890" y="-267.5" width="100" height="115" as="geometry"/>
-                 </mxCell>
-                 <mxCell id="139" value="" style="triangle;whiteSpace=wrap;html=1;rotation=-180;" parent="1" vertex="1">
-                     <mxGeometry x="1895" y="-95" width="90" height="110" as="geometry"/>
-                 </mxCell>
                <mxCell id="140" value="" style="endArrow=none;html=1;" parent="1" edge="1">
                    <mxGeometry width="50" height="50" relative="1" as="geometry">
                        <mxPoint x="1810" y="-210.4" as="sourcePoint"/>
                        <mxPoint x="1890" y="-210.4" as="targetPoint"/>
                    </mxGeometry>
                </mxCell>
                <mxCell id="141" value="" style="endArrow=none;html=1;" parent="1" edge="1">
                    <mxGeometry width="50" height="50" relative="1" as="geometry">
                        <mxPoint x="1815" y="-40" as="sourcePoint"/>
                        <mxPoint x="1895" y="-40" as="targetPoint"/>
                    </mxGeometry>
                </mxCell>
-                 <mxCell id="142" value="" style="endArrow=classic;html=1;exitX=1;exitY=0.5;exitDx=0;exitDy=0;entryX=0;entryY=0.5;entryDx=0;entryDy=0;rounded=0;curved=0;endFill=1;" parent="1" source="138" target="139" edge="1">
-                     <mxGeometry width="50" height="50" relative="1" as="geometry">
-                         <mxPoint x="2100" y="-210" as="sourcePoint"/>
-                         <mxPoint x="2110" y="-20" as="targetPoint"/>
+                 <mxCell id="142" value="" style="endArrow=classic;html=1;exitX=1;exitY=0.5;exitDx=0;exitDy=0;entryX=0.192;entryY=0.497;entryDx=0;entryDy=0;rounded=0;curved=0;endFill=1;entryPerimeter=0;" parent="1" target="187" edge="1">
+                     <mxGeometry width="50" height="50" relative="1" as="geometry">
+                         <mxPoint x="1990" y="-210" as="sourcePoint"/>
+                         <mxPoint x="1985" y="-40" as="targetPoint"/>
                        <Array as="points">
                            <mxPoint x="2090" y="-210"/>
                            <mxPoint x="2090" y="-40"/>
                        </Array>
                    </mxGeometry>
                </mxCell>
                <mxCell id="143" value="" style="endArrow=classic;html=1;" parent="1" edge="1">
                    <mxGeometry width="50" height="50" relative="1" as="geometry">
                        <mxPoint x="2090" y="-210" as="sourcePoint"/>
                        <mxPoint x="2190" y="-210" as="targetPoint"/>
                    </mxGeometry>
                </mxCell>
                <mxCell id="144" value="SDA" style="text;html=1;align=center;verticalAlign=middle;whiteSpace=wrap;rounded=0;" parent="1" vertex="1">
                    <mxGeometry x="2190" y="-225" width="60" height="30" as="geometry"/>
                </mxCell>
-                 <mxCell id="146" style="edgeStyle=none;html=1;entryX=0.5;entryY=0;entryDx=0;entryDy=0;" parent="1" target="138" edge="1">
+                 <mxCell id="146" style="edgeStyle=none;html=1;entryX=0.5;entryY=0.256;entryDx=0;entryDy=0;entryPerimeter=0;" parent="1" target="186" edge="1">
                    <mxGeometry relative="1" as="geometry">
                        <mxPoint x="1940" y="-308" as="sourcePoint"/>
+                         <mxPoint x="1940" y="-238.75" as="targetPoint"/>
                    </mxGeometry>
                </mxCell>
                <mxCell id="147" value="!SDA_OUT" style="text;html=1;align=center;verticalAlign=middle;whiteSpace=wrap;rounded=0;" parent="1" vertex="1">
                    <mxGeometry x="1910" y="-340" width="60" height="30" as="geometry"/>
                </mxCell>
                <mxCell id="148" value="SDA_IN" style="text;html=1;align=center;verticalAlign=middle;whiteSpace=wrap;rounded=0;" parent="1" vertex="1">
                    <mxGeometry x="1751.07" y="-60" width="60" height="30" as="geometry"/>
                </mxCell>
                <mxCell id="149" value="SDA_IN" style="text;html=1;align=center;verticalAlign=middle;whiteSpace=wrap;rounded=0;" parent="1" vertex="1">
                    <mxGeometry x="1082" y="-590" width="60" height="30" as="geometry"/>
                </mxCell>
                <mxCell id="150" style="edgeStyle=none;html=1;entryX=-0.001;entryY=0.77;entryDx=0;entryDy=0;entryPerimeter=0;" parent="1" source="149" target="2" edge="1">
                    <mxGeometry relative="1" as="geometry"/>
                </mxCell>
                <mxCell id="157" value="Cont_clk_s" style="text;html=1;align=center;verticalAlign=middle;whiteSpace=wrap;rounded=0;" parent="1" vertex="1">
-                     <mxGeometry x="1390" y="-636" width="60" height="30" as="geometry"/>
+                     <mxGeometry x="1390" y="-647" width="60" height="30" as="geometry"/>
                </mxCell>
                <mxCell id="158" value="" style="endArrow=classic;html=1;entryX=0;entryY=0.5;entryDx=0;entryDy=0;" parent="1" target="157" edge="1">
                    <mxGeometry width="50" height="50" relative="1" as="geometry">
-                         <mxPoint x="1370" y="-621" as="sourcePoint"/>
-                         <mxPoint x="1420" y="-671" as="targetPoint"/>
-                     </mxGeometry>
-                 </mxCell>
-                 <mxCell id="159" value="Mux" style="shadow=0;dashed=0;align=center;html=1;strokeWidth=1;shape=mxgraph.electrical.abstract.mux2;whiteSpace=wrap;" parent="1" vertex="1">
-                     <mxGeometry x="1562.14" y="-815.5" width="57.86" height="105.5" as="geometry"/>
+                         <mxPoint x="1370" y="-632" as="sourcePoint"/>
+                         <mxPoint x="1420" y="-682" as="targetPoint"/>
+                     </mxGeometry>
                </mxCell>
                <mxCell id="160" value="SCL_C" style="text;html=1;align=center;verticalAlign=middle;whiteSpace=wrap;rounded=0;" parent="1" vertex="1">
-                     <mxGeometry x="1502.14" y="-758.5" width="60" height="30" as="geometry"/>
+                     <mxGeometry x="1471" y="-767" width="60" height="30" as="geometry"/>
                </mxCell>
                <mxCell id="161" value="out_SCL" style="text;html=1;align=center;verticalAlign=middle;whiteSpace=wrap;rounded=0;" parent="1" vertex="1">
-                     <mxGeometry x="1502" y="-807" width="60" height="30" as="geometry"/>
-                 </mxCell>
-                 <mxCell id="162" value="SCL_M" style="text;html=1;align=center;verticalAlign=middle;whiteSpace=wrap;rounded=0;" parent="1" vertex="1">
-                     <mxGeometry x="1562" y="-707" width="60" height="30" as="geometry"/>
+                     <mxGeometry x="1470" y="-800" width="60" height="30" as="geometry"/>
                </mxCell>
                <mxCell id="163" value="SCL" style="text;html=1;align=center;verticalAlign=middle;whiteSpace=wrap;rounded=0;" parent="1" vertex="1">
-                     <mxGeometry x="1609" y="-781" width="60" height="30" as="geometry"/>
-                 </mxCell>
-                 <mxCell id="164" value="SCL_M" style="text;html=1;align=center;verticalAlign=middle;whiteSpace=wrap;rounded=0;" parent="1" vertex="1">
-                     <mxGeometry x="1390" y="-680" width="60" height="30" as="geometry"/>
-                 </mxCell>
-                 <mxCell id="165" value="" style="endArrow=classic;html=1;entryX=0;entryY=0.5;entryDx=0;entryDy=0;" parent="1" target="164" edge="1">
-                     <mxGeometry width="50" height="50" relative="1" as="geometry">
-                         <mxPoint x="1370" y="-665" as="sourcePoint"/>
-                         <mxPoint x="1420" y="-715" as="targetPoint"/>
-                     </mxGeometry>
+                     <mxGeometry x="1618.93" y="-782" width="60" height="30" as="geometry"/>
                </mxCell>
                <mxCell id="166" value="add" style="text;html=1;align=right;verticalAlign=middle;whiteSpace=wrap;rounded=0;" parent="1" vertex="1">
                    <mxGeometry x="1050" y="-480" width="60" height="30" as="geometry"/>
                </mxCell>
                <mxCell id="167" value="rst_cont" style="text;html=1;align=right;verticalAlign=middle;whiteSpace=wrap;rounded=0;" parent="1" vertex="1">
                    <mxGeometry x="1050" y="-450" width="60" height="30" as="geometry"/>
                </mxCell>
                <mxCell id="170" value="" style="endArrow=none;html=1;exitX=1;exitY=0.5;exitDx=0;exitDy=0;entryX=0;entryY=0.25;entryDx=0;entryDy=0;" parent="1" source="166" target="8" edge="1">
                    <mxGeometry width="50" height="50" relative="1" as="geometry">
                        <mxPoint x="1120" y="-460" as="sourcePoint"/>
                        <mxPoint x="1170" y="-510" as="targetPoint"/>
                    </mxGeometry>
                </mxCell>
                <mxCell id="171" value="" style="endArrow=none;html=1;exitX=1;exitY=0.5;exitDx=0;exitDy=0;entryX=0;entryY=0.75;entryDx=0;entryDy=0;" parent="1" source="167" target="8" edge="1">
                    <mxGeometry width="50" height="50" relative="1" as="geometry">
                        <mxPoint x="1110" y="-420" as="sourcePoint"/>
                        <mxPoint x="1160" y="-470" as="targetPoint"/>
                    </mxGeometry>
                </mxCell>
-                 <mxCell id="176" value="OE" style="text;html=1;align=center;verticalAlign=middle;whiteSpace=wrap;rounded=0;" parent="1" vertex="1">
-                     <mxGeometry x="1390" y="-741.5" width="60" height="30" as="geometry"/>
-                 </mxCell>
-                 <mxCell id="177" value="" style="endArrow=classic;html=1;entryX=0;entryY=0.5;entryDx=0;entryDy=0;" parent="1" target="176" edge="1">
-                     <mxGeometry width="50" height="50" relative="1" as="geometry">
-                         <mxPoint x="1370" y="-726.5" as="sourcePoint"/>
-                         <mxPoint x="1420" y="-776.5" as="targetPoint"/>
-                     </mxGeometry>
-                 </mxCell>
-                 <mxCell id="178" value="" style="endArrow=classic;html=1;entryX=0;entryY=0.5;entryDx=0;entryDy=0;exitX=1.002;exitY=0.095;exitDx=0;exitDy=0;exitPerimeter=0;" parent="1" target="179" edge="1">
-                     <mxGeometry width="50" height="50" relative="1" as="geometry">
-                         <mxPoint x="1370.3999999999999" y="-746.45" as="sourcePoint"/>
-                         <mxPoint x="1390" y="-724.5" as="targetPoint"/>
+                 <mxCell id="178" value="" style="endArrow=classic;html=1;entryX=0;entryY=0.5;entryDx=0;entryDy=0;" parent="1" target="179" edge="1">
+                     <mxGeometry width="50" height="50" relative="1" as="geometry">
+                         <mxPoint x="1370" y="-743" as="sourcePoint"/>
+                         <mxPoint x="1390" y="-721.5" as="targetPoint"/>
                    </mxGeometry>
                </mxCell>
                <mxCell id="179" value="SDA_OUT" style="text;html=1;align=center;verticalAlign=middle;whiteSpace=wrap;rounded=0;" parent="1" vertex="1">
-                     <mxGeometry x="1390" y="-761.5" width="60" height="30" as="geometry"/>
+                     <mxGeometry x="1390" y="-758.5" width="60" height="30" as="geometry"/>
                </mxCell>
                <mxCell id="181" value="done" style="text;html=1;align=left;verticalAlign=middle;whiteSpace=wrap;rounded=0;" parent="1" vertex="1">
                    <mxGeometry x="1390" y="-540" width="60" height="30" as="geometry"/>
                </mxCell>
                <mxCell id="182" value="" style="endArrow=classic;html=1;entryX=0;entryY=0.5;entryDx=0;entryDy=0;" parent="1" target="181" edge="1">
                    <mxGeometry width="50" height="50" relative="1" as="geometry">
                        <mxPoint x="1370" y="-525" as="sourcePoint"/>
                        <mxPoint x="1420" y="-575" as="targetPoint"/>
                    </mxGeometry>
                </mxCell>
-                 <mxCell id="183" value="1&#39;b0" style="text;html=1;align=center;verticalAlign=middle;whiteSpace=wrap;rounded=0;" vertex="1" parent="1">
+                 <mxCell id="183" value="1&#39;b0" style="text;html=1;align=center;verticalAlign=middle;whiteSpace=wrap;rounded=0;" parent="1" vertex="1">
                    <mxGeometry x="1740" y="-220" width="60" height="30" as="geometry"/>
+                 </mxCell>
+                 <mxCell id="185" value="" style="verticalLabelPosition=bottom;shadow=0;dashed=0;align=center;html=1;verticalAlign=top;shape=mxgraph.electrical.logic_gates.logic_gate;operation=or;" parent="1" vertex="1">
+                     <mxGeometry x="1530" y="-797" width="100" height="60" as="geometry"/>
+                 </mxCell>
+                 <mxCell id="186" value="" style="verticalLabelPosition=bottom;shadow=0;dashed=0;align=center;html=1;verticalAlign=top;shape=mxgraph.electrical.logic_gates.buffer2;" parent="1" vertex="1">
+                     <mxGeometry x="1890" y="-240" width="100" height="60" as="geometry"/>
+                 </mxCell>
+                 <mxCell id="187" value="" style="verticalLabelPosition=bottom;shadow=0;dashed=0;align=center;html=1;verticalAlign=top;shape=mxgraph.electrical.logic_gates.buffer2;direction=west;" parent="1" vertex="1">
+                     <mxGeometry x="1890" y="-70" width="100" height="60" as="geometry"/>
+                 </mxCell>
+                 <mxCell id="188" value="" style="rounded=0;whiteSpace=wrap;html=1;fillColor=#f8cecc;strokeColor=#b85450;" parent="1" vertex="1">
+                     <mxGeometry x="510" y="-980" width="410" height="243.5" as="geometry"/>
+                 </mxCell>
+                 <mxCell id="200" value="SCL_MANAGEMENT" style="rounded=0;whiteSpace=wrap;html=1;" parent="1" vertex="1">
+                     <mxGeometry x="619.5" y="-910" width="160.5" height="90" as="geometry"/>
+                 </mxCell>
+                 <mxCell id="202" style="edgeStyle=none;html=1;entryX=0;entryY=0.5;entryDx=0;entryDy=0;" parent="1" source="201" edge="1">
+                     <mxGeometry relative="1" as="geometry">
+                         <mxPoint x="619.57" y="-885" as="targetPoint"/>
+                     </mxGeometry>
+                 </mxCell>
+                 <mxCell id="201" value="SCL_M" style="text;html=1;align=center;verticalAlign=middle;whiteSpace=wrap;rounded=0;" parent="1" vertex="1">
+                     <mxGeometry x="531.07" y="-900" width="60" height="30" as="geometry"/>
+                 </mxCell>
+                 <mxCell id="207" value="scl_m_done" style="text;html=1;align=center;verticalAlign=middle;whiteSpace=wrap;rounded=0;" parent="1" vertex="1">
+                     <mxGeometry x="805.27" y="-900" width="84.16" height="30" as="geometry"/>
+                 </mxCell>
+                 <mxCell id="208" value="" style="endArrow=classic;html=1;exitX=0.999;exitY=0.295;exitDx=0;exitDy=0;exitPerimeter=0;entryX=0;entryY=0.5;entryDx=0;entryDy=0;" parent="1" edge="1">
+                     <mxGeometry width="50" height="50" relative="1" as="geometry">
+                         <mxPoint x="780" y="-885.06" as="sourcePoint"/>
+                         <mxPoint x="810" y="-885.06" as="targetPoint"/>
+                     </mxGeometry>
+                 </mxCell>
+                 <mxCell id="215" value="SCL_C" style="text;html=1;align=center;verticalAlign=middle;whiteSpace=wrap;rounded=0;" parent="1" vertex="1">
+                     <mxGeometry x="805.27" y="-870" width="60" height="30" as="geometry"/>
+                 </mxCell>
+                 <mxCell id="216" value="" style="endArrow=classic;html=1;exitX=0.999;exitY=0.295;exitDx=0;exitDy=0;exitPerimeter=0;entryX=0;entryY=0.5;entryDx=0;entryDy=0;" parent="1" edge="1">
+                     <mxGeometry width="50" height="50" relative="1" as="geometry">
+                         <mxPoint x="780" y="-855.06" as="sourcePoint"/>
+                         <mxPoint x="810" y="-855.06" as="targetPoint"/>
+                     </mxGeometry>
+                 </mxCell>
+                 <mxCell id="217" style="edgeStyle=none;html=1;entryX=0;entryY=0.5;entryDx=0;entryDy=0;" parent="1" source="218" edge="1">
+                     <mxGeometry relative="1" as="geometry">
+                         <mxPoint x="619.57" y="-855" as="targetPoint"/>
+                     </mxGeometry>
+                 </mxCell>
+                 <mxCell id="218" value="rst" style="text;html=1;align=center;verticalAlign=middle;whiteSpace=wrap;rounded=0;" parent="1" vertex="1">
+                     <mxGeometry x="531.07" y="-870" width="60" height="30" as="geometry"/>
+                 </mxCell>
+                 <mxCell id="219" value="" style="endArrow=classic;html=1;entryX=0;entryY=0.5;entryDx=0;entryDy=0;" parent="1" target="220" edge="1">
+                     <mxGeometry width="50" height="50" relative="1" as="geometry">
+                         <mxPoint x="1371.5" y="-724.5" as="sourcePoint"/>
+                         <mxPoint x="1391.5" y="-703" as="targetPoint"/>
+                     </mxGeometry>
+                 </mxCell>
+                 <mxCell id="220" value="SCL_M" style="text;html=1;align=center;verticalAlign=middle;whiteSpace=wrap;rounded=0;" parent="1" vertex="1">
+                     <mxGeometry x="1391.5" y="-740" width="60" height="30" as="geometry"/>
+                 </mxCell>
+                 <mxCell id="224" value="out_rst" style="text;html=1;align=center;verticalAlign=middle;whiteSpace=wrap;rounded=0;" parent="1" vertex="1">
+                     <mxGeometry x="1740" y="-425" width="60" height="30" as="geometry"/>
+                 </mxCell>
+                 <mxCell id="225" value="out_rst" style="text;html=1;align=center;verticalAlign=middle;whiteSpace=wrap;rounded=0;" parent="1" vertex="1">
+                     <mxGeometry x="1700" y="-125" width="60" height="30" as="geometry"/>
+                 </mxCell>
+                 <mxCell id="226" value="out_rst" style="text;html=1;align=center;verticalAlign=middle;whiteSpace=wrap;rounded=0;" parent="1" vertex="1">
+                     <mxGeometry x="1050" y="-225" width="60" height="30" as="geometry"/>
                </mxCell>
            </root>
        </mxGraphModel>
    </diagram>
</mxfile>